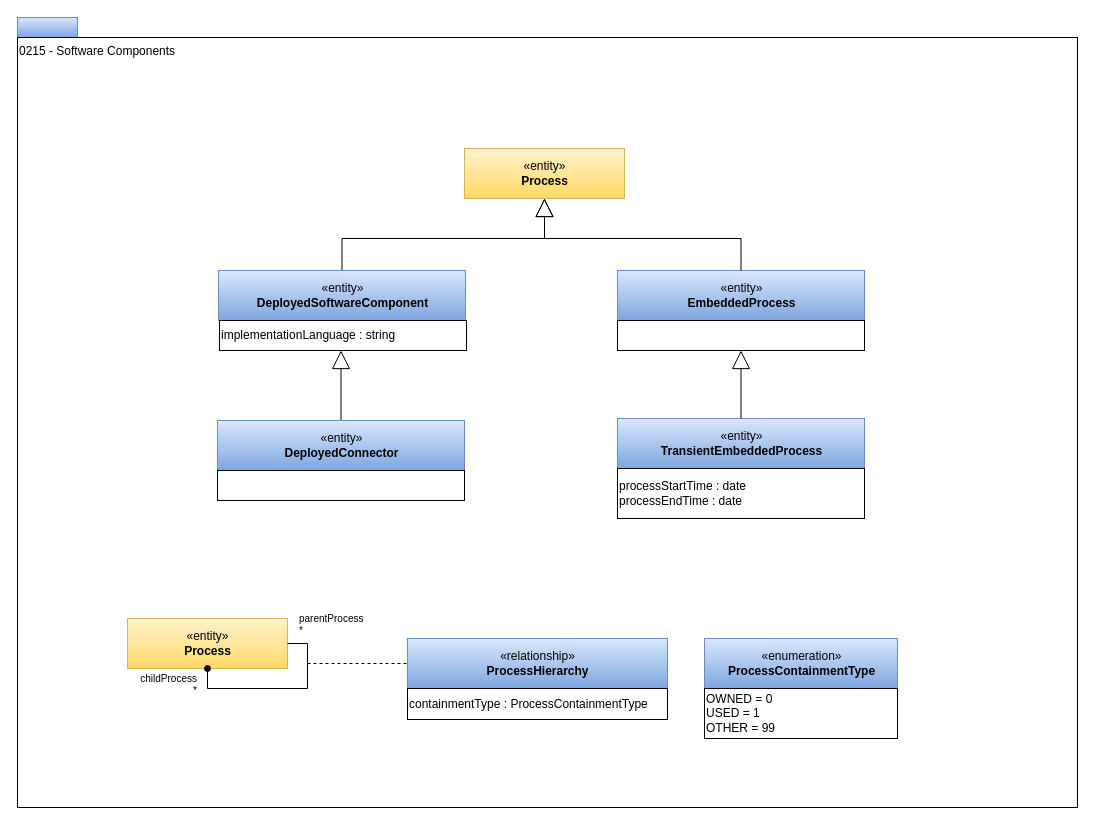
Above: page "0215-Software-Components" (7 of 23) of site/docs/types/2/area-2-assets.drawio in odpi/egeria-docs (draw.io), before the change. Source tidied: cells renumbered, new cells numbered last; positions are measured from the earlier drawing's top-left corner, leaving out a move shared by most shapes. Both pictures are drawn from the tidied source at 100%, with x=0, y=0 at pixel (17, 17).
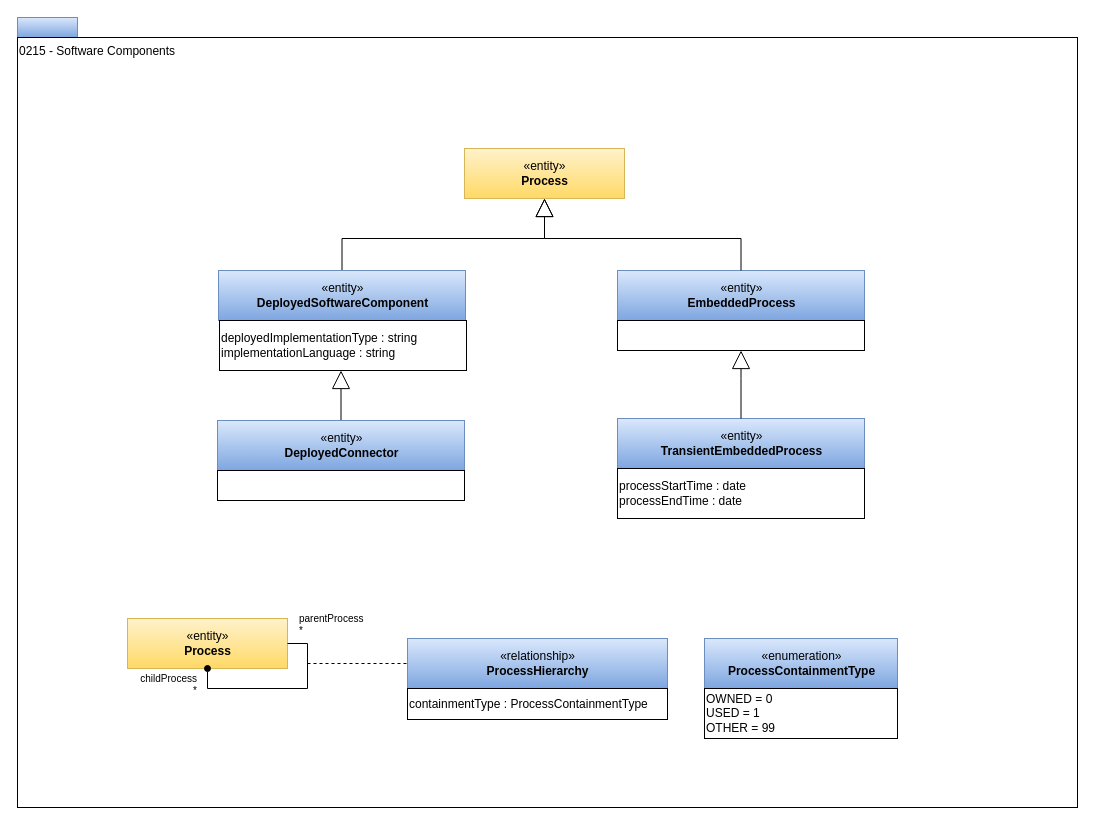
The same diagram, later.

Diff of the diagram source:
```diff
@@
     <mxCell id="6" style="group;" parent="1" vertex="1">
-      <mxGeometry x="201" y="253" width="247" height="80" as="geometry" />
+      <mxGeometry x="201" y="253" width="248" height="100" as="geometry" />
     </mxCell>
@@
-    <mxCell id="8" value="implementationLanguage : string" style="rounded=0;whiteSpace=wrap;html=1;strokeColor=#000000;gradientColor=#ffffff;align=left;" parent="6" vertex="1">
-      <mxGeometry x="1" y="50" width="247" height="30" as="geometry" />
+    <mxCell id="8" value="deployedImplementationType : string&lt;br&gt;implementationLanguage : string" style="rounded=0;whiteSpace=wrap;html=1;strokeColor=#000000;gradientColor=#ffffff;align=left;" parent="6" vertex="1">
+      <mxGeometry x="1" y="50" width="247" height="50" as="geometry" />
     </mxCell>
```
